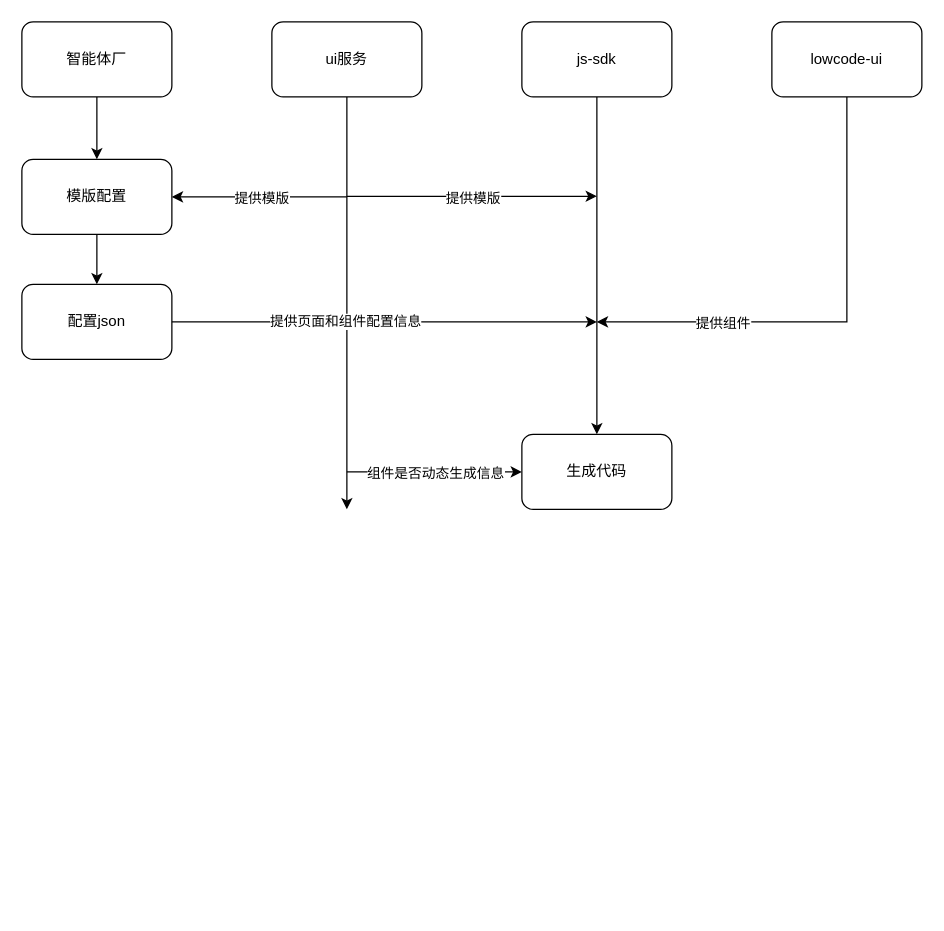
Earlier version of the draw.io diagram ui服务.drawio (Sunkisot/drawio). Source tidied: cells renumbered, new cells numbered last; positions are measured from the earlier drawing's top-left corner, leaving out a move shared by most shapes. Both pictures are drawn from the tidied source at 125%, with x=0, y=0 at pixel (21, 21).
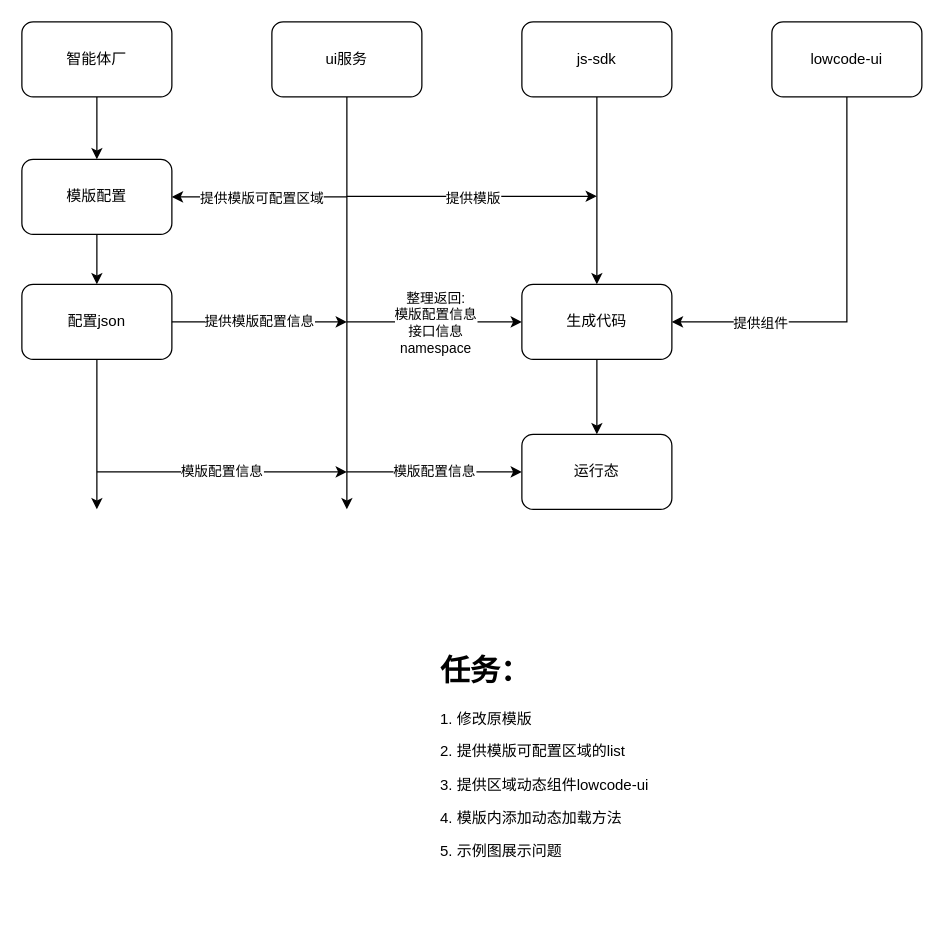
The same diagram, later.

The change refers to these unchanged cells:
```xml
<mxCell id="10" style="endArrow=classic;html=1;rounded=0;entryX=1;entryY=0.5;entryDx=0;entryDy=0;" parent="1" edge="1" target="5">
  <mxGeometry relative="1" as="geometry">
    <mxPoint x="260" y="140" as="sourcePoint" />
    <Array as="points">
      <mxPoint x="160" y="140" />
    </Array>
  </mxGeometry>
</mxCell>
<mxCell id="12" value="配置json" style="whiteSpace=wrap;html=1;rounded=1;" parent="1" vertex="1">
  <mxGeometry y="210" width="120" height="60" as="geometry" />
</mxCell>
<mxCell id="17" value="lowcode-ui" style="rounded=1;whiteSpace=wrap;html=1;fontColor=#000000;" parent="1" vertex="1">
  <mxGeometry x="600" width="120" height="60" as="geometry" />
</mxCell>
```

The edit, as a diff of the source:
```diff
@@
-    <mxCell id="11" value="提供模版" style="edgeLabel;html=1;align=center;verticalAlign=middle;" parent="10" vertex="1">
+    <mxCell id="11" value="提供模版可配置区域" style="edgeLabel;html=1;align=center;verticalAlign=middle;" parent="10" vertex="1">
       <mxGeometry relative="1" as="geometry">
         <mxPoint x="1" as="offset" />
       </mxGeometry>
     </mxCell>
+    <mxCell id="22" style="edgeStyle=orthogonalEdgeStyle;rounded=0;jettySize=auto;html=1;fontColor=#000000;" parent="1" edge="1" source="12">
+      <mxGeometry relative="1" as="geometry">
+        <mxPoint x="60" y="390" as="targetPoint" />
+      </mxGeometry>
+    </mxCell>
@@
+    <mxCell id="23" style="edgeStyle=orthogonalEdgeStyle;rounded=0;jettySize=auto;html=1;fontColor=#000000;" parent="1" edge="1" source="13" target="28">
+      <mxGeometry relative="1" as="geometry" />
+    </mxCell>
     <mxCell id="13" value="生成代码" style="whiteSpace=wrap;html=1;rounded=1;" parent="1" vertex="1">
-      <mxGeometry x="400" y="330" width="120" height="60" as="geometry" />
+      <mxGeometry x="400" y="210" width="120" height="60" as="geometry" />
     </mxCell>
@@
-    <mxCell id="16" value="提供页面和组件配置信息" style="endArrow=classic;html=1;rounded=0;fontColor=#000000;exitX=1;exitY=0.5;exitDx=0;exitDy=0;" parent="1" edge="1" source="12">
-      <mxGeometry x="-0.18" relative="1" as="geometry">
-        <mxPoint x="460" y="240" as="targetPoint" />
+    <mxCell id="16" value="&lt;span style=&quot;color: rgb(0, 0, 0); font-family: Helvetica; font-size: 11px; font-style: normal; font-variant-ligatures: normal; font-variant-caps: normal; font-weight: 400; letter-spacing: normal; orphans: 2; text-align: center; text-indent: 0px; text-transform: none; widows: 2; word-spacing: 0px; -webkit-text-stroke-width: 0px; background-color: rgb(255, 255, 255); text-decoration-thickness: initial; text-decoration-style: initial; text-decoration-color: initial; float: none; display: inline !important;&quot;&gt;提供模版配置信息&lt;br&gt;&lt;/span&gt;" style="endArrow=classic;html=1;rounded=0;fontColor=#000000;exitX=1;exitY=0.5;exitDx=0;exitDy=0;" parent="1" edge="1" source="12">
+      <mxGeometry relative="1" as="geometry">
+        <mxPoint x="260" y="240" as="targetPoint" />
       </mxGeometry>
     </mxCell>
@@
     <mxCell id="18" style="endArrow=classic;html=1;rounded=0;fontColor=#000000;exitX=0.5;exitY=1;exitDx=0;exitDy=0;" parent="1" edge="1" source="17">
       <mxGeometry relative="1" as="geometry">
-        <mxPoint x="460" y="240" as="targetPoint" />
+        <mxPoint x="520" y="240" as="targetPoint" />
         <Array as="points">
           <mxPoint x="660" y="190" />
           <mxPoint x="660" y="240" />
         </Array>
       </mxGeometry>
     </mxCell>
     <mxCell id="19" value="提供组件" style="edgeLabel;html=1;align=center;verticalAlign=middle;fontColor=#000000;" parent="18" vertex="1">
       <mxGeometry relative="1" as="geometry">
-        <mxPoint x="-90" as="offset" />
+        <mxPoint x="-70" y="20" as="offset" />
       </mxGeometry>
     </mxCell>
-    <mxCell id="20" style="endArrow=classic;html=1;rounded=0;fontColor=#000000;entryX=0;entryY=0.5;entryDx=0;entryDy=0;" parent="1" edge="1" target="13">
-      <mxGeometry relative="1" as="geometry">
-        <mxPoint x="260" y="360" as="sourcePoint" />
-      </mxGeometry>
-    </mxCell>
-    <mxCell id="21" value="组件是否动态生成信息" style="edgeLabel;html=1;align=center;verticalAlign=middle;fontColor=#000000;" parent="20" vertex="1">
-      <mxGeometry relative="1" as="geometry" />
-    </mxCell>
+    <mxCell id="24" style="endArrow=classic;html=1;rounded=0;fontColor=#000000;" parent="1" edge="1">
+      <mxGeometry relative="1" as="geometry">
+        <mxPoint x="260" y="240" as="sourcePoint" />
+        <mxPoint x="400" y="240" as="targetPoint" />
+      </mxGeometry>
+    </mxCell>
+    <mxCell id="25" value="整理返回:&lt;br&gt;模版配置信息&lt;br&gt;接口信息&lt;br&gt;namespace" style="edgeLabel;html=1;align=center;verticalAlign=middle;fontColor=#000000;" parent="24" vertex="1">
+      <mxGeometry relative="1" as="geometry" />
+    </mxCell>
+    <mxCell id="26" value="&lt;span style=&quot;color: rgb(0, 0, 0); font-family: Helvetica; font-size: 11px; font-style: normal; font-variant-ligatures: normal; font-variant-caps: normal; font-weight: 400; letter-spacing: normal; orphans: 2; text-align: center; text-indent: 0px; text-transform: none; widows: 2; word-spacing: 0px; -webkit-text-stroke-width: 0px; background-color: rgb(255, 255, 255); text-decoration-thickness: initial; text-decoration-style: initial; text-decoration-color: initial; float: none; display: inline !important;&quot;&gt;模版配置信息&lt;/span&gt;" style="endArrow=classic;html=1;rounded=0;fontColor=#000000;" parent="1" edge="1">
+      <mxGeometry relative="1" as="geometry">
+        <mxPoint x="60" y="360" as="sourcePoint" />
+        <mxPoint x="260" y="360" as="targetPoint" />
+      </mxGeometry>
+    </mxCell>
+    <mxCell id="27" value="&lt;span style=&quot;color: rgb(0, 0, 0); font-family: Helvetica; font-size: 11px; font-style: normal; font-variant-ligatures: normal; font-variant-caps: normal; font-weight: 400; letter-spacing: normal; orphans: 2; text-align: center; text-indent: 0px; text-transform: none; widows: 2; word-spacing: 0px; -webkit-text-stroke-width: 0px; background-color: rgb(255, 255, 255); text-decoration-thickness: initial; text-decoration-style: initial; text-decoration-color: initial; float: none; display: inline !important;&quot;&gt;模版配置信息&lt;/span&gt;" style="endArrow=classic;html=1;rounded=0;fontColor=#000000;entryX=0;entryY=0.5;entryDx=0;entryDy=0;" parent="1" edge="1" target="28">
+      <mxGeometry relative="1" as="geometry">
+        <mxPoint x="260" y="360" as="sourcePoint" />
+      </mxGeometry>
+    </mxCell>
+    <mxCell id="28" value="运行态" style="whiteSpace=wrap;html=1;rounded=1;" parent="1" vertex="1">
+      <mxGeometry x="400" y="330" width="120" height="60" as="geometry" />
+    </mxCell>
+    <mxCell id="29" value="&lt;h1&gt;任务：&lt;/h1&gt;&lt;div&gt;1. 修改原模版&lt;/div&gt;&lt;p&gt;2. 提供模版可配置区域的list&lt;/p&gt;&lt;p&gt;3. 提供区域动态组件lowcode-ui&lt;/p&gt;&lt;p&gt;4. 模版内添加动态加载方法&lt;span style=&quot;background-color: initial;&quot;&gt;&amp;nbsp;&lt;/span&gt;&lt;/p&gt;&lt;p&gt;5. 示例图展示问题&lt;/p&gt;" style="text;html=1;strokeColor=none;fillColor=none;spacing=5;spacingTop=-20;whiteSpace=wrap;overflow=hidden;rounded=0;fontColor=#000000;" parent="1" vertex="1">
+      <mxGeometry x="330" y="500" width="300" height="210" as="geometry" />
+    </mxCell>
```
